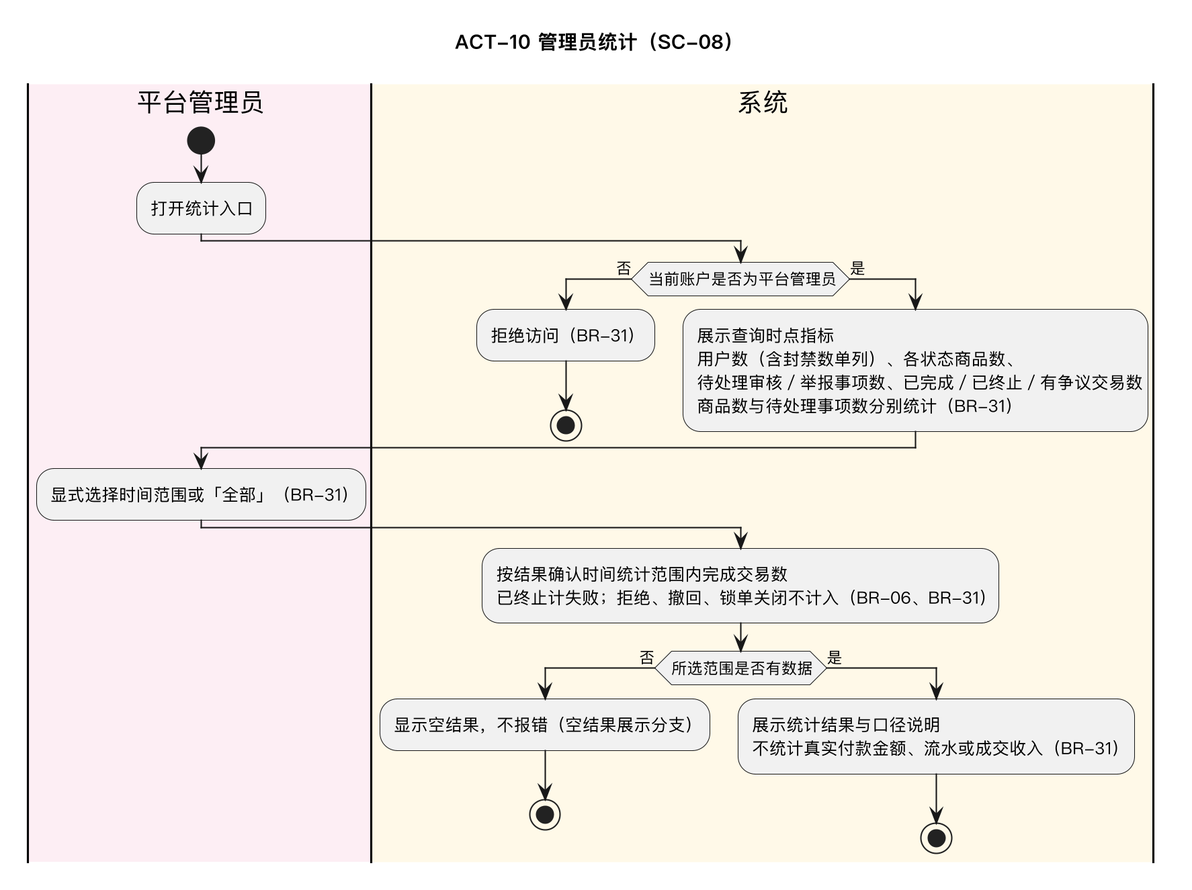
iy88/se-course-project-1 keeps this PlantUML diagram as docs/appendices/rendered/ACT-10-管理员统计.png. Above is the earlier version.
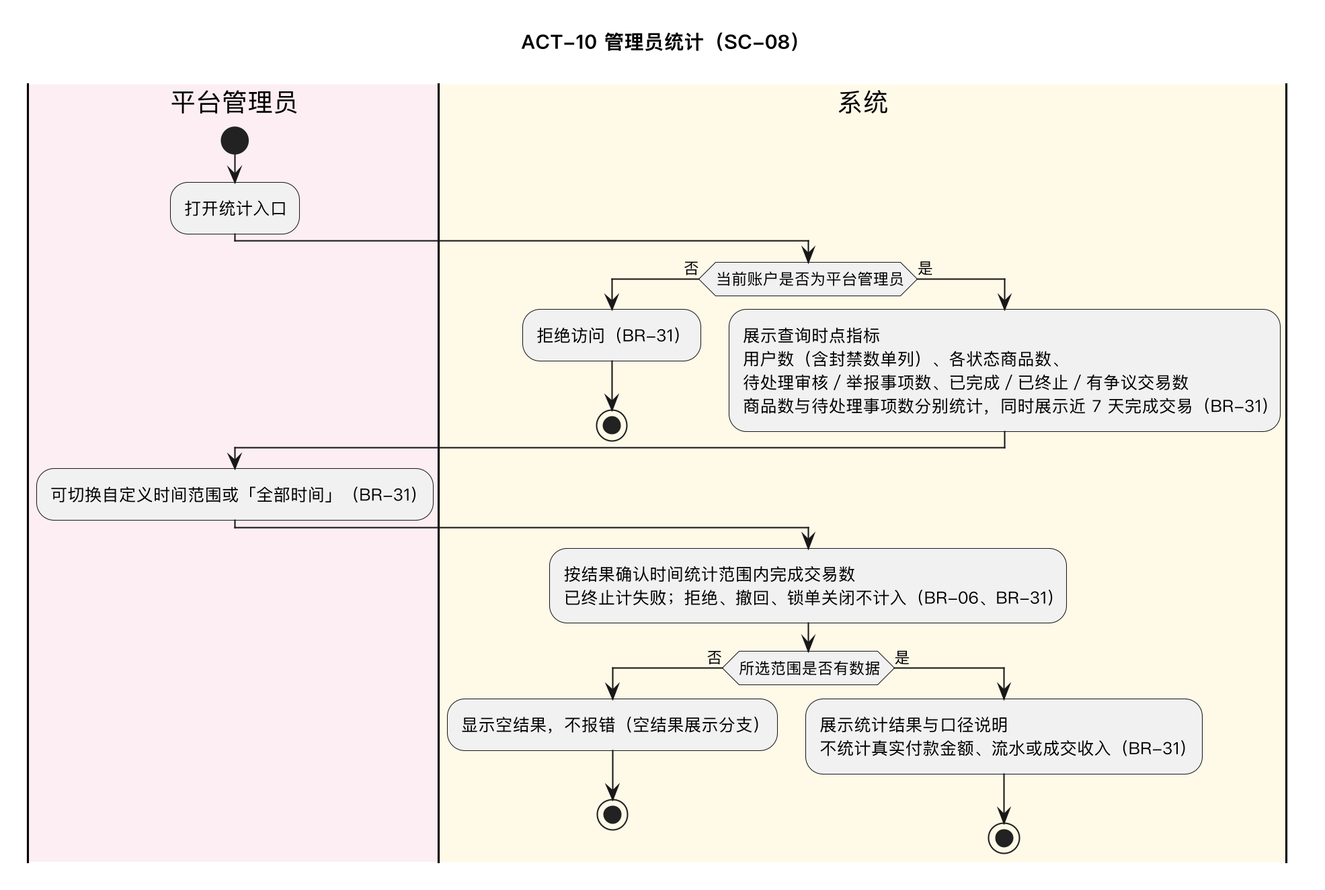
Above is the later version.

Change to the diagram source:
```diff
@@ -14,11 +14,11 @@
   :拒绝访问（BR-31）;
   stop
 else (是)
-  :展示查询时点指标\n用户数（含封禁数单列）、各状态商品数、\n待处理审核／举报事项数、已完成／已终止／有争议交易数\n商品数与待处理事项数分别统计（BR-31）;
+  :展示查询时点指标\n用户数（含封禁数单列）、各状态商品数、\n待处理审核／举报事项数、已完成／已终止／有争议交易数\n商品数与待处理事项数分别统计，同时展示近 7 天完成交易（BR-31）;
 endif
 
 |#FDEEF4|平台管理员|
-:显式选择时间范围或「全部」（BR-31）;
+:可切换自定义时间范围或「全部时间」（BR-31）;
 
 |#FFF9E8|系统|
 :按结果确认时间统计范围内完成交易数\n已终止计失败；拒绝、撤回、锁单关闭不计入（BR-06、BR-31）;
```
